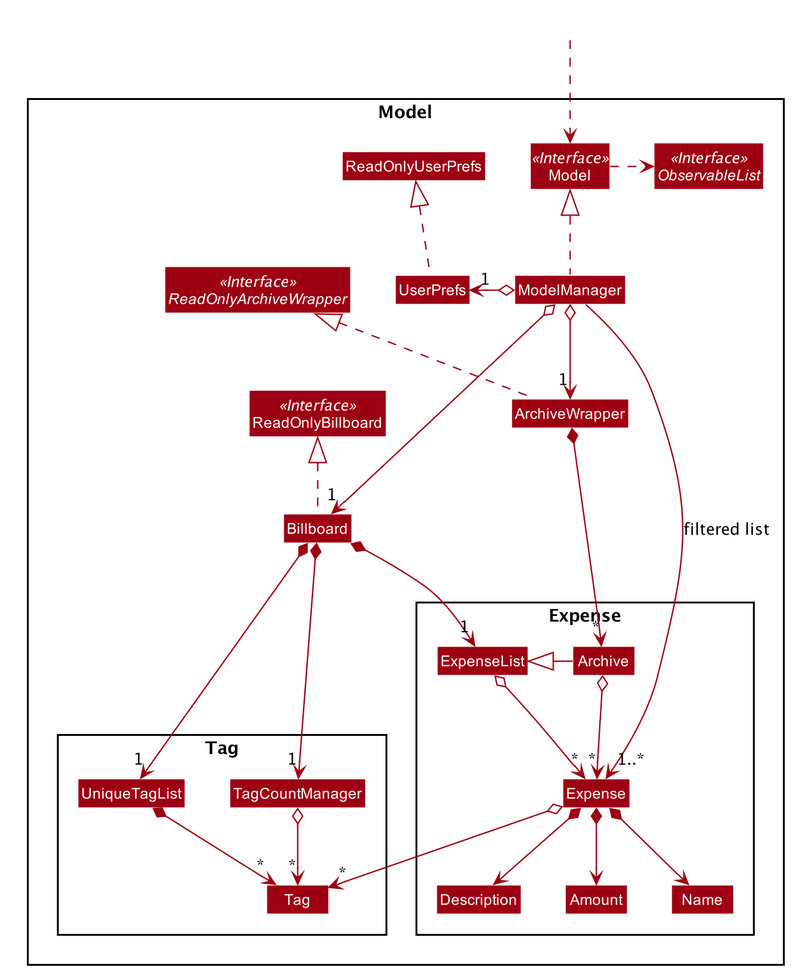
Before: docs/images/ModelClassDiagram.png, a diagram exported from PlantUML (nus-cs2103-AY1920S1/addressbook-level3).
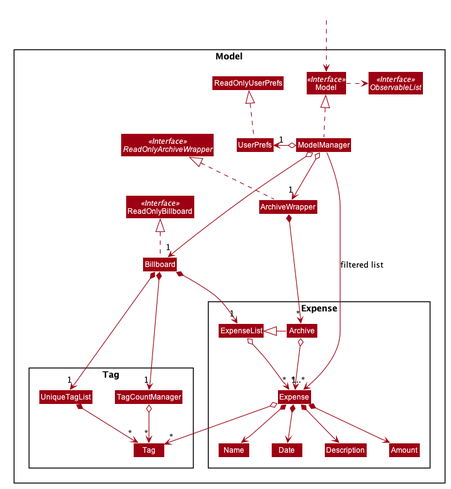
Later version of the same file.

The edit, as a diff of the source:
```diff
@@ -71,6 +71,7 @@
 Class Amount
 Class ExpenseList
 Class Archive
+Class Date
 }
 
 Package Tag {
@@ -105,6 +106,7 @@
 Expense *--> Name
 Expense *--> Amount
 Expense *--> Description
+Expense *--> Date
 Expense o--> "*" Tag
 
 Description -[hidden]right-> Amount
```
